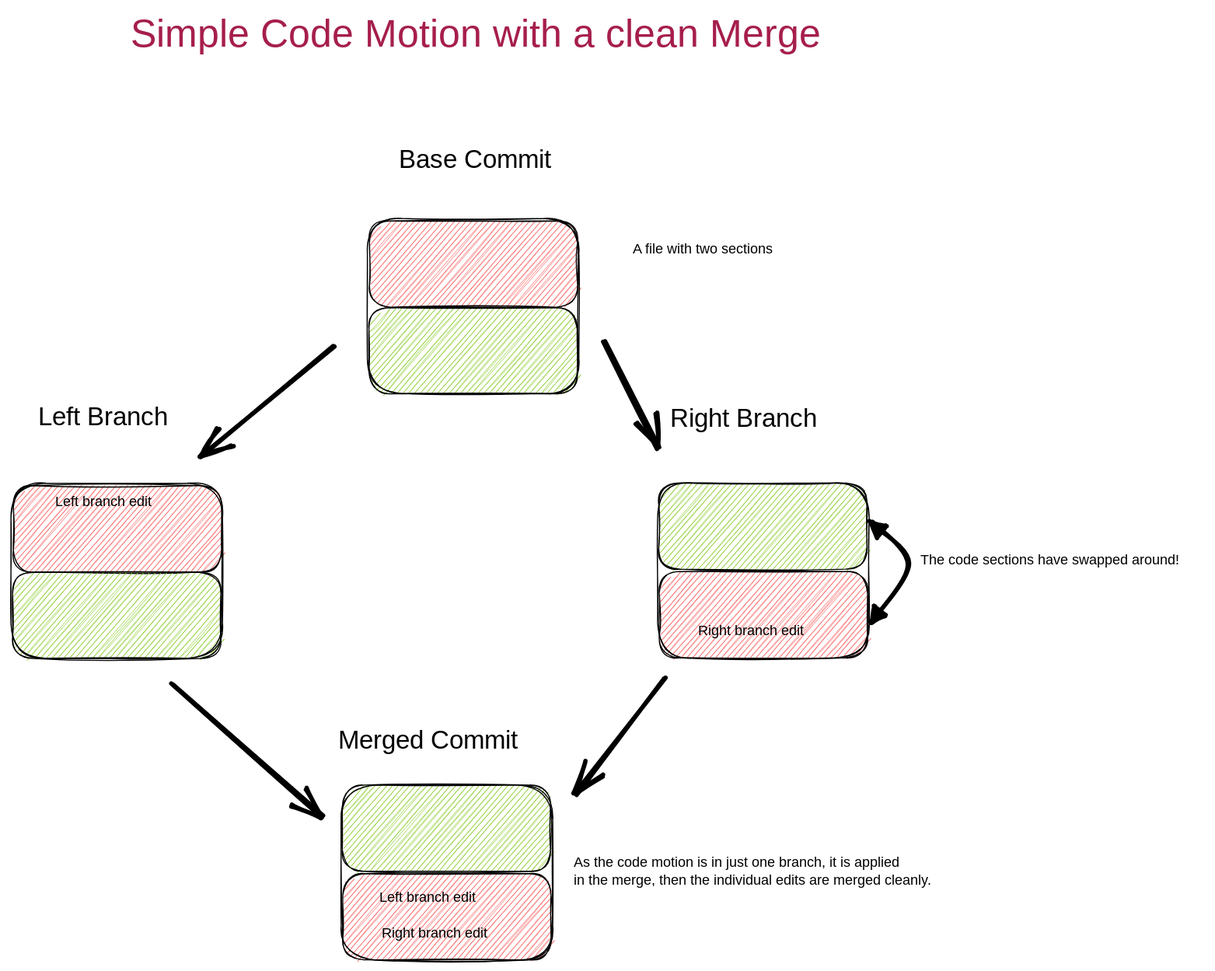
Before: documents/SimpleCodeMotionWithACleanMerge.excalidraw.svg, a diagram exported from Excalidraw (sageserpent-open/kineticMerge). Source tidied: one line per element, renumbered; positions are measured from the earlier drawing's top-left corner, leaving out a move shared by most shapes.
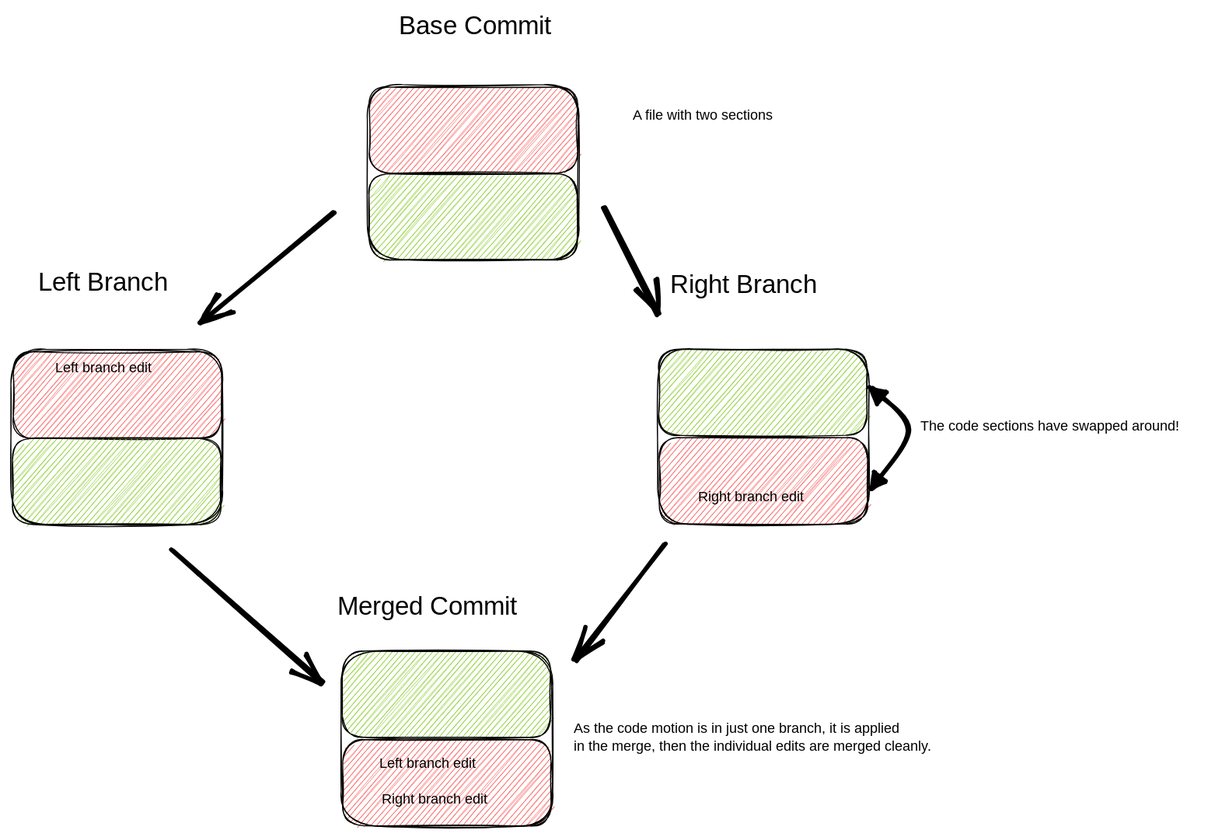
After the commit.

Commit message:
Remove title duplicated in image.

The edit, as a diff of the source:
```diff
@@ -26,4 +26,3 @@
 {"id": 25, "type": "arrow", "strokeColor": "#000000", "strokeWidth": 4, "roughness": 1, "endArrowhead": "arrow", "round": true, "from": 9, "to": 19, "x": 601, "y": 614, "width": 81, "height": 106, "points": [[0, 0], [-81, 106]]}
 {"id": 26, "type": "text", "text": "As the code motion is in just one branch, it is applied\nin the merge, then the individual edits are merged cleanly.", "strokeColor": "#000000", "strokeWidth": 4, "roughness": 1, "fontSize": 12.93, "fontFamily": 1, "x": 517, "y": 775, "width": 368, "height": 32}
 {"id": 27, "type": "arrow", "strokeColor": "#000000", "strokeWidth": 4, "roughness": 1, "startArrowhead": "triangle", "endArrowhead": "triangle", "round": true, "from": 9, "x": 790, "y": 469, "width": 35, "height": 93, "points": [[0, 0], [35, 39], [0, 93]]}
-{"id": 28, "type": "text", "text": "Simple Code Motion with a clean Merge", "strokeColor": "#a61e4d", "strokeWidth": 4, "roughness": 1, "fontSize": 36, "fontFamily": 1, "x": 110, "y": 0, "width": 684, "height": 45}
```
